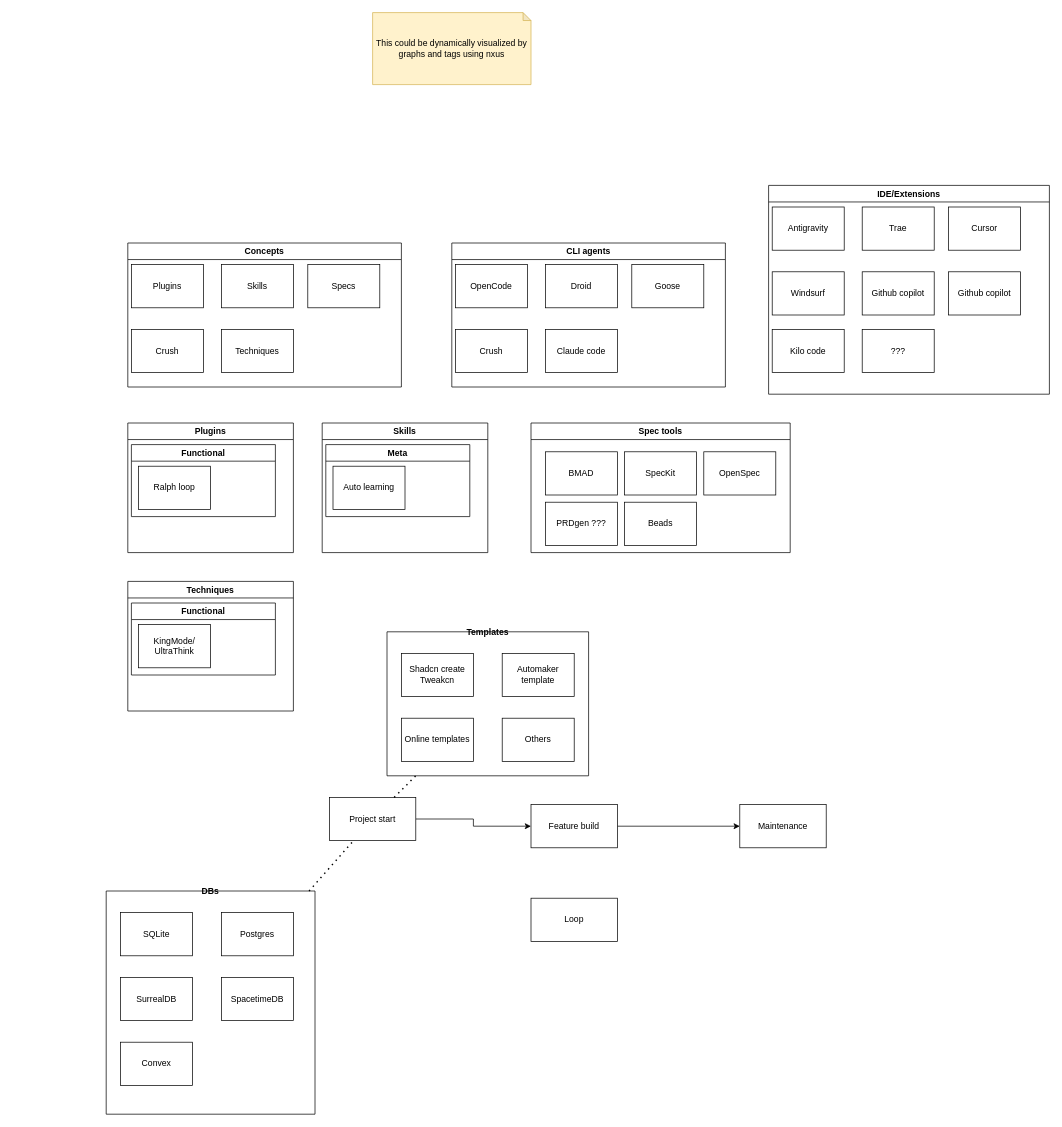
Above: packages/nxus-core/src/data/apps/_scripts/AI workflow.drawio in popemkt/nxus (draw.io), before the change. Source tidied: cells renumbered, new cells numbered last; positions are measured from the earlier drawing's top-left corner, leaving out a move shared by most shapes. Both pictures are drawn from the tidied source at 72%, with x=0, y=0 at pixel (106, 12).
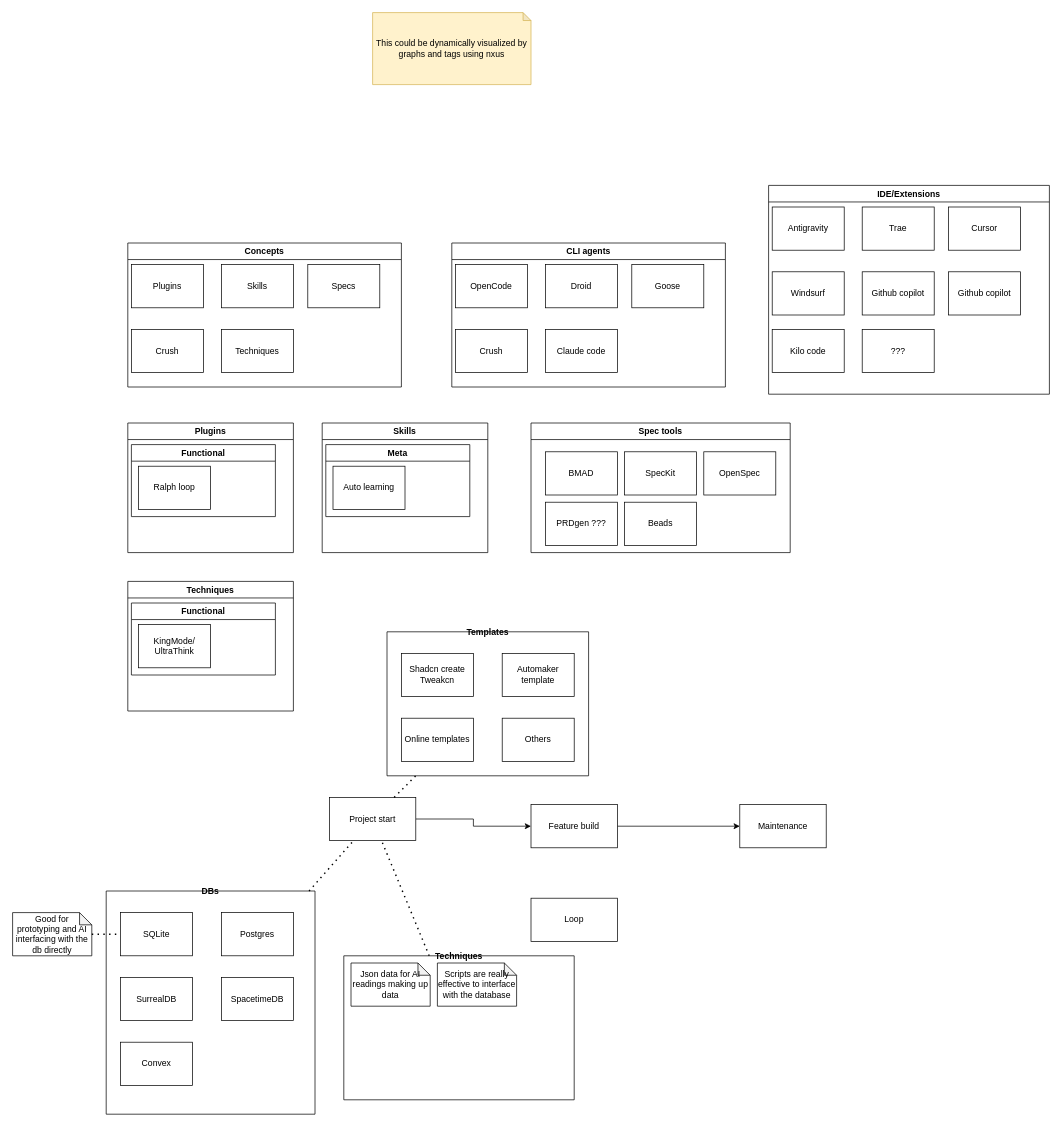
After the change.

The change refers to these unchanged cells:
```xml
<mxCell id="40" value="Project start" style="rounded=0;whiteSpace=wrap;html=1;" parent="1" vertex="1">
  <mxGeometry x="310" y="1090" width="120" height="60" as="geometry" />
</mxCell>
<mxCell id="52" value="SQLite" style="rounded=0;whiteSpace=wrap;html=1;" parent="51" vertex="1">
  <mxGeometry x="20" y="30" width="100" height="60" as="geometry" />
</mxCell>
```

Diff of the diagram source:
```diff
@@
+    <mxCell id="58" value="Good for prototyping and AI interfacing with the db directly" style="shape=note;whiteSpace=wrap;html=1;backgroundOutline=1;darkOpacity=0.05;size=17;" parent="1" vertex="1">
+      <mxGeometry x="-130" y="1250" width="110" height="60" as="geometry" />
+    </mxCell>
+    <mxCell id="59" style="endArrow=none;dashed=1;html=1;dashPattern=1 3;strokeWidth=2;rounded=0;" parent="1" edge="1" source="58" target="52">
+      <mxGeometry relative="1" as="geometry" />
+    </mxCell>
+    <mxCell id="60" value="Techniques" style="swimlane;startSize=0;" parent="1" vertex="1">
+      <mxGeometry x="330" y="1310" width="320" height="200" as="geometry" />
+    </mxCell>
+    <mxCell id="61" value="Json data for AI readings making up data" style="shape=note;whiteSpace=wrap;html=1;backgroundOutline=1;darkOpacity=0.05;size=17;" parent="60" vertex="1">
+      <mxGeometry x="10" y="10" width="110" height="60" as="geometry" />
+    </mxCell>
+    <mxCell id="62" value="Scripts are really effective to interface with the database" style="shape=note;whiteSpace=wrap;html=1;backgroundOutline=1;darkOpacity=0.05;size=17;" parent="60" vertex="1">
+      <mxGeometry x="130" y="10" width="110" height="60" as="geometry" />
+    </mxCell>
+    <mxCell id="63" style="endArrow=none;dashed=1;html=1;dashPattern=1 3;strokeWidth=2;rounded=0;" parent="1" edge="1" source="60" target="40">
+      <mxGeometry relative="1" as="geometry" />
+    </mxCell>
```
